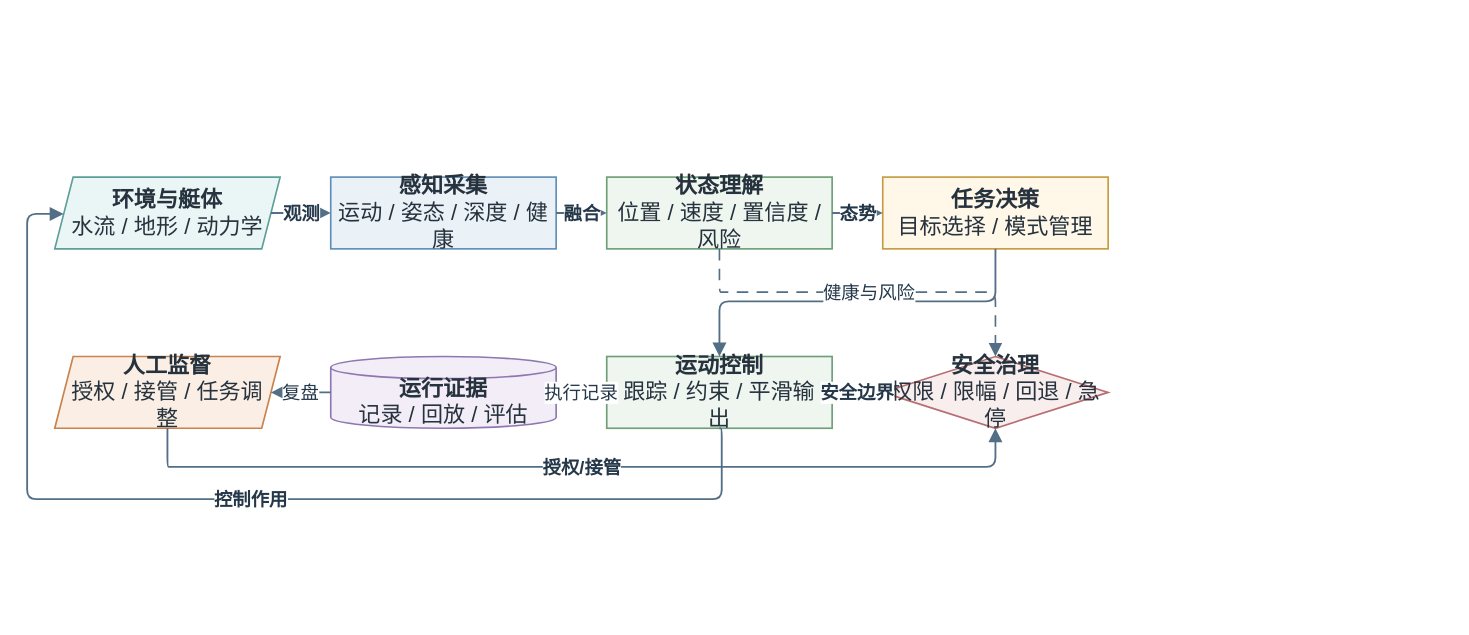
The draw.io diagram thesis/figures/architecture/auv_system_autonomy_functional_loop.drawio in 360ZMEM/AUV-Master-Mag, before the edit. Source tidied: cells renumbered, new cells numbered last; positions are measured from the earlier drawing's top-left corner, leaving out a move shared by most shapes. Both pictures are drawn from the tidied source at 92%, with x=0, y=0 at pixel (27, 177).
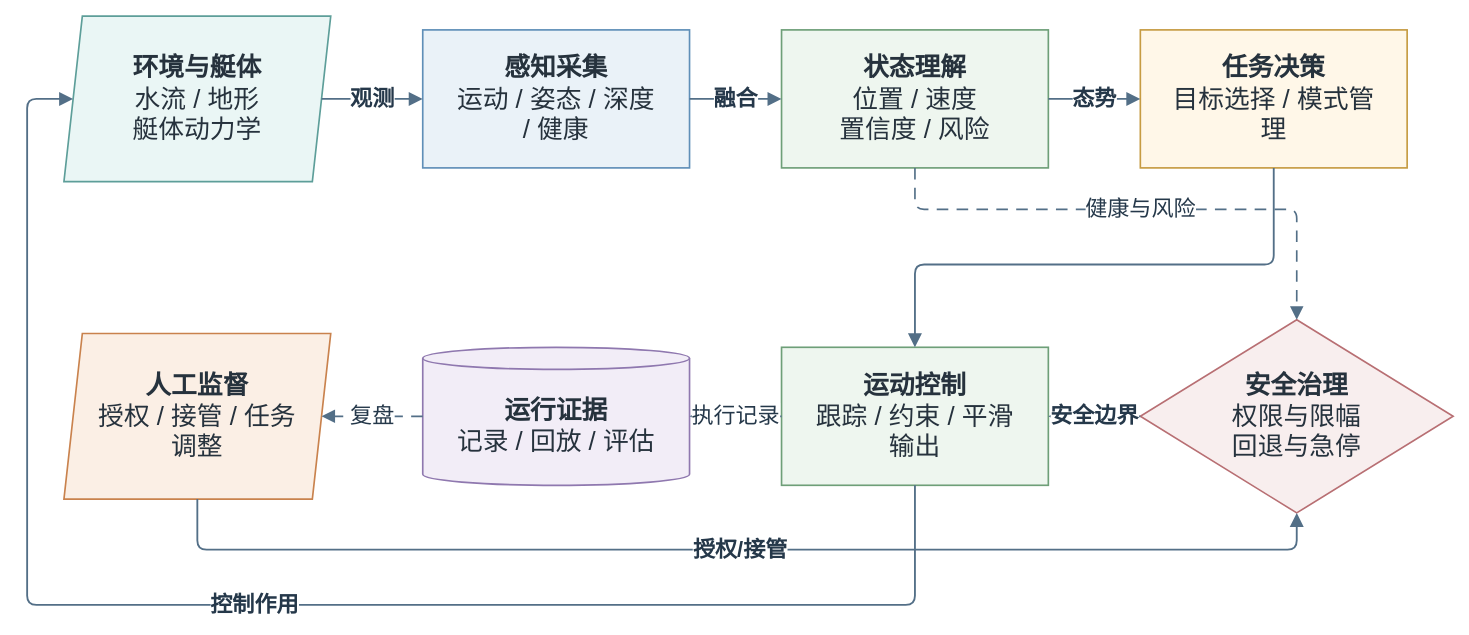
The same diagram, later.

The edit, as a diff of the source:
```diff
@@
-    <mxCell id="2" value="&lt;b&gt;环境与艇体&lt;/b&gt;&lt;br&gt;水流 / 地形 / 动力学" style="shape=parallelogram;perimeter=parallelogramPerimeter;fixedSize=1;whiteSpace=wrap;html=1;align=center;verticalAlign=middle;fillColor=#EAF6F5;strokeColor=#5D9E99;strokeWidth=1.8;spacing=8;fontFamily=Songti SC;fontSize=24;fontColor=#26323D;" parent="1" vertex="1">
-      <mxGeometry x="30" width="245" height="78" as="geometry" />
+    <mxCell id="2" value="&lt;b&gt;环境与艇体&lt;/b&gt;&lt;br&gt;水流 / 地形&lt;br&gt;艇体动力学" style="shape=parallelogram;perimeter=parallelogramPerimeter;fixedSize=1;whiteSpace=wrap;html=1;align=center;verticalAlign=middle;fillColor=#EAF6F5;strokeColor=#5D9E99;strokeWidth=1.8;spacing=8;fontFamily=Songti SC;fontSize=24;fontColor=#26323D;fontSize=28;spacingLeft=28;spacingRight=28;" parent="1" vertex="1">
+      <mxGeometry x="40" y="-175" width="290" height="180" as="geometry" />
     </mxCell>
-    <mxCell id="3" value="&lt;b&gt;感知采集&lt;/b&gt;&lt;br&gt;运动 / 姿态 / 深度 / 健康" style="rounded=0;whiteSpace=wrap;html=1;align=center;verticalAlign=middle;fillColor=#EAF2F8;strokeColor=#5F8FB8;strokeWidth=1.8;spacing=8;fontFamily=Songti SC;fontSize=24;fontColor=#26323D;" parent="1" vertex="1">
-      <mxGeometry x="330" width="245" height="78" as="geometry" />
+    <mxCell id="3" value="&lt;b&gt;感知采集&lt;/b&gt;&lt;br&gt;运动 / 姿态 / 深度 / 健康" style="rounded=0;whiteSpace=wrap;html=1;align=center;verticalAlign=middle;fillColor=#EAF2F8;strokeColor=#5F8FB8;strokeWidth=1.8;spacing=8;fontFamily=Songti SC;fontSize=24;fontColor=#26323D;fontSize=28;spacingLeft=28;spacingRight=28;" parent="1" vertex="1">
+      <mxGeometry x="430" y="-160" width="290" height="150" as="geometry" />
     </mxCell>
-    <mxCell id="4" value="&lt;b&gt;状态理解&lt;/b&gt;&lt;br&gt;位置 / 速度 / 置信度 / 风险" style="rounded=0;whiteSpace=wrap;html=1;align=center;verticalAlign=middle;fillColor=#EEF6EF;strokeColor=#6E9F78;strokeWidth=1.8;spacing=8;fontFamily=Songti SC;fontSize=24;fontColor=#26323D;" parent="1" vertex="1">
-      <mxGeometry x="630" width="245" height="78" as="geometry" />
+    <mxCell id="4" value="&lt;b&gt;状态理解&lt;/b&gt;&lt;br&gt;位置 / 速度&lt;br&gt;置信度 / 风险" style="rounded=0;whiteSpace=wrap;html=1;align=center;verticalAlign=middle;fillColor=#EEF6EF;strokeColor=#6E9F78;strokeWidth=1.8;spacing=8;fontFamily=Songti SC;fontSize=24;fontColor=#26323D;fontSize=28;spacingLeft=28;spacingRight=28;" parent="1" vertex="1">
+      <mxGeometry x="820" y="-160" width="290" height="150" as="geometry" />
     </mxCell>
-    <mxCell id="5" value="&lt;b&gt;任务决策&lt;/b&gt;&lt;br&gt;目标选择 / 模式管理" style="rounded=0;whiteSpace=wrap;html=1;align=center;verticalAlign=middle;fillColor=#FFF7E8;strokeColor=#C69B42;strokeWidth=1.8;spacing=8;fontFamily=Songti SC;fontSize=24;fontColor=#26323D;" parent="1" vertex="1">
-      <mxGeometry x="930" width="245" height="78" as="geometry" />
+    <mxCell id="5" value="&lt;b&gt;任务决策&lt;/b&gt;&lt;br&gt;目标选择 / 模式管理" style="rounded=0;whiteSpace=wrap;html=1;align=center;verticalAlign=middle;fillColor=#FFF7E8;strokeColor=#C69B42;strokeWidth=1.8;spacing=8;fontFamily=Songti SC;fontSize=24;fontColor=#26323D;fontSize=28;spacingLeft=28;spacingRight=28;" parent="1" vertex="1">
+      <mxGeometry x="1210" y="-160" width="290" height="150" as="geometry" />
     </mxCell>
-    <mxCell id="6" value="&lt;b&gt;运动控制&lt;/b&gt;&lt;br&gt;跟踪 / 约束 / 平滑输出" style="rounded=0;whiteSpace=wrap;html=1;align=center;verticalAlign=middle;fillColor=#EEF6EF;strokeColor=#6E9F78;strokeWidth=1.8;spacing=8;fontFamily=Songti SC;fontSize=24;fontColor=#26323D;" parent="1" vertex="1">
-      <mxGeometry x="630" y="195" width="245" height="78" as="geometry" />
+    <mxCell id="6" value="&lt;b&gt;运动控制&lt;/b&gt;&lt;br&gt;跟踪 / 约束 / 平滑输出" style="rounded=0;whiteSpace=wrap;html=1;align=center;verticalAlign=middle;fillColor=#EEF6EF;strokeColor=#6E9F78;strokeWidth=1.8;spacing=8;fontFamily=Songti SC;fontSize=24;fontColor=#26323D;fontSize=28;spacingLeft=28;spacingRight=28;" parent="1" vertex="1">
+      <mxGeometry x="820" y="185" width="290" height="150" as="geometry" />
     </mxCell>
-    <mxCell id="7" value="&lt;b&gt;安全治理&lt;/b&gt;&lt;br&gt;权限 / 限幅 / 回退 / 急停" style="rhombus;whiteSpace=wrap;html=1;align=center;verticalAlign=middle;fillColor=#F8EEEE;strokeColor=#B86F73;strokeWidth=1.8;spacing=8;fontFamily=Songti SC;fontSize=24;fontColor=#26323D;" parent="1" vertex="1">
-      <mxGeometry x="930" y="195" width="245" height="78" as="geometry" />
+    <mxCell id="7" value="&lt;b&gt;安全治理&lt;/b&gt;&lt;br&gt;权限与限幅&lt;br&gt;回退与急停" style="rhombus;whiteSpace=wrap;html=1;align=center;verticalAlign=middle;fillColor=#F8EEEE;strokeColor=#B86F73;strokeWidth=1.8;spacing=8;fontFamily=Songti SC;fontSize=24;fontColor=#26323D;fontSize=28;spacingLeft=28;spacingRight=28;" parent="1" vertex="1">
+      <mxGeometry x="1210" y="155" width="340" height="210" as="geometry" />
     </mxCell>
-    <mxCell id="8" value="&lt;b&gt;人工监督&lt;/b&gt;&lt;br&gt;授权 / 接管 / 任务调整" style="shape=parallelogram;perimeter=parallelogramPerimeter;fixedSize=1;whiteSpace=wrap;html=1;align=center;verticalAlign=middle;fillColor=#FBEFE5;strokeColor=#C9824D;strokeWidth=1.8;spacing=8;fontFamily=Songti SC;fontSize=24;fontColor=#26323D;" parent="1" vertex="1">
-      <mxGeometry x="30" y="195" width="245" height="78" as="geometry" />
+    <mxCell id="8" value="&lt;b&gt;人工监督&lt;/b&gt;&lt;br&gt;授权 / 接管 / 任务调整" style="shape=parallelogram;perimeter=parallelogramPerimeter;fixedSize=1;whiteSpace=wrap;html=1;align=center;verticalAlign=middle;fillColor=#FBEFE5;strokeColor=#C9824D;strokeWidth=1.8;spacing=8;fontFamily=Songti SC;fontSize=24;fontColor=#26323D;fontSize=28;spacingLeft=28;spacingRight=28;" parent="1" vertex="1">
+      <mxGeometry x="40" y="170" width="290" height="180" as="geometry" />
     </mxCell>
-    <mxCell id="9" value="&lt;b&gt;运行证据&lt;/b&gt;&lt;br&gt;记录 / 回放 / 评估" style="shape=cylinder3;boundedLbl=1;backgroundOutline=1;size=12;whiteSpace=wrap;html=1;align=center;verticalAlign=middle;fillColor=#F2EDF7;strokeColor=#8F78AF;strokeWidth=1.8;spacing=8;fontFamily=Songti SC;fontSize=24;fontColor=#26323D;" parent="1" vertex="1">
-      <mxGeometry x="330" y="195" width="245" height="78" as="geometry" />
+    <mxCell id="9" value="&lt;b&gt;运行证据&lt;/b&gt;&lt;br&gt;记录 / 回放 / 评估" style="shape=cylinder3;boundedLbl=1;backgroundOutline=1;size=12;whiteSpace=wrap;html=1;align=center;verticalAlign=middle;fillColor=#F2EDF7;strokeColor=#8F78AF;strokeWidth=1.8;spacing=8;fontFamily=Songti SC;fontSize=24;fontColor=#26323D;fontSize=28;spacingLeft=28;spacingRight=28;" parent="1" vertex="1">
+      <mxGeometry x="430" y="185" width="290" height="150" as="geometry" />
     </mxCell>
-    <mxCell id="10" value="观测" style="edgeStyle=orthogonalEdgeStyle;rounded=1;jettySize=auto;html=1;strokeColor=#536F87;strokeWidth=2.0;fontFamily=Songti SC;fontSize=20;fontStyle=1;fontColor=#25384A;labelBackgroundColor=#FFFFFF;labelBorderColor=none;endArrow=block;endFill=1;endSize=10;exitX=1;entryX=0;" parent="1" edge="1" source="2" target="3">
+    <mxCell id="10" value="观测" style="edgeStyle=orthogonalEdgeStyle;rounded=1;jettySize=auto;html=1;strokeColor=#536F87;strokeWidth=2.0;fontFamily=Songti SC;fontSize=20;fontStyle=1;fontColor=#25384A;labelBackgroundColor=#FFFFFF;labelBorderColor=none;endArrow=block;endFill=1;endSize=10;fontSize=24;exitX=1;entryX=0;" parent="1" edge="1" source="2" target="3">
       <mxGeometry relative="1" as="geometry" />
     </mxCell>
-    <mxCell id="11" value="融合" style="edgeStyle=orthogonalEdgeStyle;rounded=1;jettySize=auto;html=1;strokeColor=#536F87;strokeWidth=2.0;fontFamily=Songti SC;fontSize=20;fontStyle=1;fontColor=#25384A;labelBackgroundColor=#FFFFFF;labelBorderColor=none;endArrow=block;endFill=1;endSize=10;exitX=1;entryX=0;" parent="1" edge="1" source="3" target="4">
+    <mxCell id="11" value="融合" style="edgeStyle=orthogonalEdgeStyle;rounded=1;jettySize=auto;html=1;strokeColor=#536F87;strokeWidth=2.0;fontFamily=Songti SC;fontSize=20;fontStyle=1;fontColor=#25384A;labelBackgroundColor=#FFFFFF;labelBorderColor=none;endArrow=block;endFill=1;endSize=10;fontSize=24;exitX=1;entryX=0;" parent="1" edge="1" source="3" target="4">
       <mxGeometry relative="1" as="geometry" />
     </mxCell>
-    <mxCell id="12" value="态势" style="edgeStyle=orthogonalEdgeStyle;rounded=1;jettySize=auto;html=1;strokeColor=#536F87;strokeWidth=2.0;fontFamily=Songti SC;fontSize=20;fontStyle=1;fontColor=#25384A;labelBackgroundColor=#FFFFFF;labelBorderColor=none;endArrow=block;endFill=1;endSize=10;exitX=1;entryX=0;" parent="1" edge="1" source="4" target="5">
+    <mxCell id="12" value="态势" style="edgeStyle=orthogonalEdgeStyle;rounded=1;jettySize=auto;html=1;strokeColor=#536F87;strokeWidth=2.0;fontFamily=Songti SC;fontSize=20;fontStyle=1;fontColor=#25384A;labelBackgroundColor=#FFFFFF;labelBorderColor=none;endArrow=block;endFill=1;endSize=10;fontSize=24;exitX=1;entryX=0;" parent="1" edge="1" source="4" target="5">
       <mxGeometry relative="1" as="geometry" />
     </mxCell>
     <mxCell id="13" style="edgeStyle=orthogonalEdgeStyle;rounded=1;jettySize=auto;html=1;strokeColor=#536F87;strokeWidth=2.0;fontFamily=Songti SC;fontSize=20;fontStyle=1;fontColor=#25384A;labelBackgroundColor=#FFFFFF;labelBorderColor=none;endArrow=block;endFill=1;endSize=10;exitX=0.5;exitY=1;entryX=0.5;entryY=0;" parent="1" edge="1" source="5" target="6">
       <mxGeometry relative="1" as="geometry">
         <Array as="points">
-          <mxPoint x="1053" y="135" />
-          <mxPoint x="753" y="135" />
+          <mxPoint x="1355" y="95" />
+          <mxPoint x="965" y="95" />
         </Array>
       </mxGeometry>
     </mxCell>
-    <mxCell id="14" value="控制作用" style="edgeStyle=orthogonalEdgeStyle;rounded=1;jettySize=auto;html=1;strokeColor=#536F87;strokeWidth=2.0;fontFamily=Songti SC;fontSize=20;fontStyle=1;fontColor=#25384A;labelBackgroundColor=#FFFFFF;labelBorderColor=none;endArrow=block;endFill=1;endSize=10;exitX=0.5;exitY=1;entryX=0;" parent="1" edge="1" source="6" target="2">
+    <mxCell id="14" value="控制作用" style="edgeStyle=orthogonalEdgeStyle;rounded=1;jettySize=auto;html=1;strokeColor=#536F87;strokeWidth=2.0;fontFamily=Songti SC;fontSize=20;fontStyle=1;fontColor=#25384A;labelBackgroundColor=#FFFFFF;labelBorderColor=none;endArrow=block;endFill=1;endSize=10;fontSize=24;exitX=0.5;exitY=1;entryX=0;entryY=0.5;" parent="1" edge="1" source="6" target="2">
       <mxGeometry relative="1" as="geometry">
         <Array as="points">
-          <mxPoint x="755" y="350" />
-          <mxPoint y="350" />
-          <mxPoint y="40" />
+          <mxPoint x="965" y="465" />
+          <mxPoint y="465" />
+          <mxPoint y="-85" />
         </Array>
       </mxGeometry>
     </mxCell>
-    <mxCell id="15" value="授权/接管" style="edgeStyle=orthogonalEdgeStyle;rounded=1;jettySize=auto;html=1;strokeColor=#536F87;strokeWidth=2.0;fontFamily=Songti SC;fontSize=20;fontStyle=1;fontColor=#25384A;labelBackgroundColor=#FFFFFF;labelBorderColor=none;endArrow=block;endFill=1;endSize=10;exitX=0.5;exitY=1;entryX=0.5;entryY=1;" parent="1" edge="1" source="8" target="7">
+    <mxCell id="15" value="授权/接管" style="edgeStyle=orthogonalEdgeStyle;rounded=1;jettySize=auto;html=1;strokeColor=#536F87;strokeWidth=2.0;fontFamily=Songti SC;fontSize=20;fontStyle=1;fontColor=#25384A;labelBackgroundColor=#FFFFFF;labelBorderColor=none;endArrow=block;endFill=1;endSize=10;fontSize=24;exitX=0.5;exitY=1;entryX=0.5;entryY=1;" parent="1" edge="1" source="8" target="7">
       <mxGeometry relative="1" as="geometry">
         <Array as="points">
-          <mxPoint x="155" y="315" />
-          <mxPoint x="1055" y="315" />
+          <mxPoint x="185" y="405" />
+          <mxPoint x="1380" y="405" />
         </Array>
       </mxGeometry>
     </mxCell>
-    <mxCell id="16" value="安全边界" style="edgeStyle=orthogonalEdgeStyle;rounded=1;jettySize=auto;html=1;strokeColor=#536F87;strokeWidth=2.0;fontFamily=Songti SC;fontSize=20;fontStyle=1;fontColor=#25384A;labelBackgroundColor=#FFFFFF;labelBorderColor=none;endArrow=block;endFill=1;endSize=10;exitX=0;entryX=1;" parent="1" edge="1" source="7" target="6">
+    <mxCell id="16" value="安全边界" style="edgeStyle=orthogonalEdgeStyle;rounded=1;jettySize=auto;html=1;strokeColor=#536F87;strokeWidth=2.0;fontFamily=Songti SC;fontSize=20;fontStyle=1;fontColor=#25384A;labelBackgroundColor=#FFFFFF;labelBorderColor=none;endArrow=block;endFill=1;endSize=10;fontSize=24;exitX=0;entryX=1;" parent="1" edge="1" source="7" target="6">
       <mxGeometry relative="1" as="geometry" />
     </mxCell>
-    <mxCell id="17" value="健康与风险" style="edgeStyle=orthogonalEdgeStyle;rounded=1;jettySize=auto;html=1;strokeColor=#536F87;strokeWidth=1.8;fontFamily=Songti SC;fontSize=20;fontColor=#25384A;labelBackgroundColor=#FFFFFF;labelBorderColor=none;endArrow=block;endFill=1;endSize=10;dashed=1;dashPattern=7 5;exitX=0.5;exitY=1;entryX=0.5;entryY=0;" parent="1" edge="1" source="4" target="7">
+    <mxCell id="17" value="健康与风险" style="edgeStyle=orthogonalEdgeStyle;rounded=1;jettySize=auto;html=1;strokeColor=#536F87;strokeWidth=1.8;fontFamily=Songti SC;fontSize=20;fontColor=#25384A;labelBackgroundColor=#FFFFFF;labelBorderColor=none;endArrow=block;endFill=1;endSize=10;dashed=1;dashPattern=7 5;fontSize=24;exitX=0.5;exitY=1;entryX=0.5;entryY=0;" parent="1" edge="1" source="4" target="7">
       <mxGeometry relative="1" as="geometry">
         <Array as="points">
-          <mxPoint x="755" y="125" />
-          <mxPoint x="1055" y="125" />
+          <mxPoint x="965" y="35" />
+          <mxPoint x="1380" y="35" />
         </Array>
       </mxGeometry>
     </mxCell>
-    <mxCell id="18" value="执行记录" style="edgeStyle=orthogonalEdgeStyle;rounded=1;jettySize=auto;html=1;strokeColor=#536F87;strokeWidth=1.8;fontFamily=Songti SC;fontSize=20;fontColor=#25384A;labelBackgroundColor=#FFFFFF;labelBorderColor=none;endArrow=block;endFill=1;endSize=10;dashed=1;dashPattern=7 5;exitX=0;entryX=1;" parent="1" edge="1" source="6" target="9">
+    <mxCell id="18" value="执行记录" style="edgeStyle=orthogonalEdgeStyle;rounded=1;jettySize=auto;html=1;strokeColor=#536F87;strokeWidth=1.8;fontFamily=Songti SC;fontSize=20;fontColor=#25384A;labelBackgroundColor=#FFFFFF;labelBorderColor=none;endArrow=block;endFill=1;endSize=10;dashed=1;dashPattern=7 5;fontSize=24;exitX=0;entryX=1;" parent="1" edge="1" source="6" target="9">
       <mxGeometry relative="1" as="geometry" />
     </mxCell>
-    <mxCell id="19" value="复盘" style="edgeStyle=orthogonalEdgeStyle;rounded=1;jettySize=auto;html=1;strokeColor=#536F87;strokeWidth=1.8;fontFamily=Songti SC;fontSize=20;fontColor=#25384A;labelBackgroundColor=#FFFFFF;labelBorderColor=none;endArrow=block;endFill=1;endSize=10;dashed=1;dashPattern=7 5;exitX=0;entryX=1;" parent="1" edge="1" source="9" target="8">
+    <mxCell id="19" value="复盘" style="edgeStyle=orthogonalEdgeStyle;rounded=1;jettySize=auto;html=1;strokeColor=#536F87;strokeWidth=1.8;fontFamily=Songti SC;fontSize=20;fontColor=#25384A;labelBackgroundColor=#FFFFFF;labelBorderColor=none;endArrow=block;endFill=1;endSize=10;dashed=1;dashPattern=7 5;fontSize=24;exitX=0;entryX=1;" parent="1" edge="1" source="9" target="8">
       <mxGeometry relative="1" as="geometry" />
     </mxCell>
```
